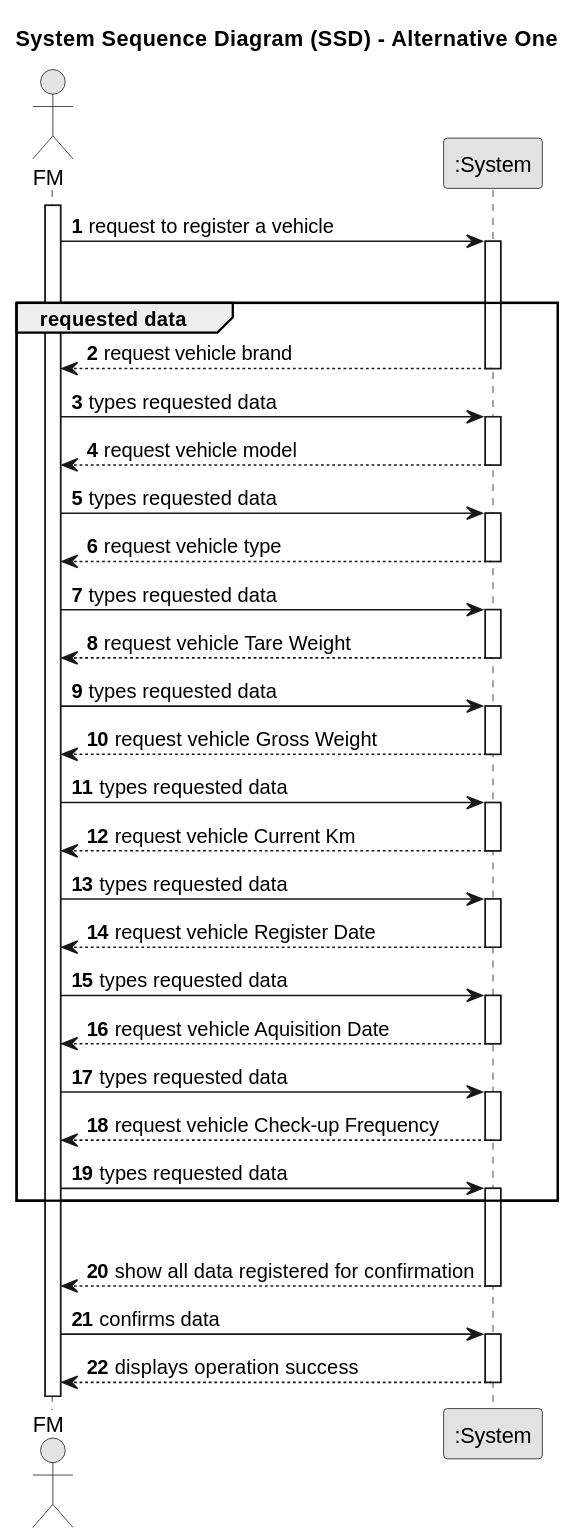
Above: docs/sprintB/us006/01.requirements-engineering/svg/us006-system-sequence-diagram-alternative-one.svg in SAEmanuel/Green_Spaces_Management_ISEP (PlantUML), before the change.
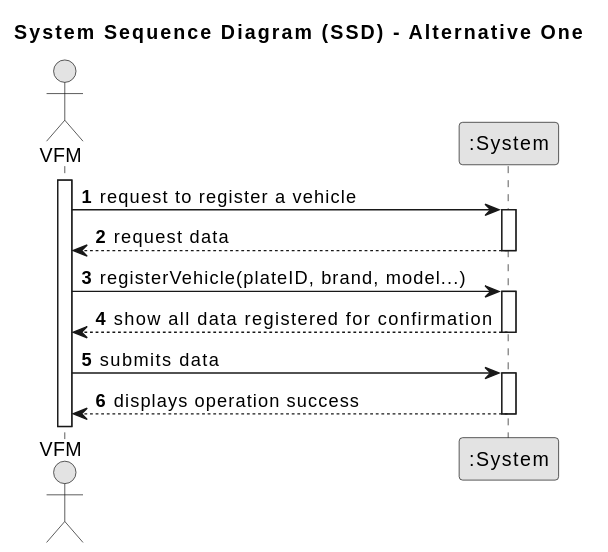
Later version of the same file.

Change to the diagram source:
```diff
@@ -7,7 +7,7 @@
 
 autonumber
 
-actor "FM" as Employee
+actor "VFM" as Employee
 participant ":System" as System
 
 activate Employee
@@ -15,70 +15,16 @@
     Employee -> System : request to register a vehicle
     activate System
 
-    |||
-    group requested data
-    System --> Employee : request vehicle brand
+        System --> Employee : request data
+            deactivate System
+
+    Employee -> System : registerVehicle(plateID, brand, model...)
+    activate System
+
+    System --> Employee : show all data registered  for confirmation
     deactivate System
 
-    Employee -> System : types requested data
-    activate System
-
-    System --> Employee : request vehicle model
-    deactivate System
-
-    Employee -> System : types requested data
-    activate System
-
-    System --> Employee : request vehicle type
-    deactivate System
-
-    Employee -> System : types requested data
-    activate System
-
-    System --> Employee : request vehicle Tare Weight
-    deactivate System
-
-    Employee -> System : types requested data
-    activate System
-
-    System --> Employee : request vehicle Gross Weight
-    deactivate System
-
-    Employee -> System : types requested data
-    activate System
-
-    System --> Employee : request vehicle Current Km
-    deactivate System
-
-    Employee -> System : types requested data
-    activate System
-
-    System --> Employee : request vehicle Register Date
-    deactivate System
-
-    Employee -> System : types requested data
-    activate System
-
-    System --> Employee : request vehicle Aquisition Date
-    deactivate System
-
-    Employee -> System : types requested data
-    activate System
-
-    System --> Employee : request vehicle Check-up Frequency
-
-    deactivate System
-
-    Employee -> System : types requested data
-    activate System
-    end
-    |||
-
-
-        System --> Employee : show all data registered  for confirmation
-    deactivate System
-
-    Employee -> System : confirms data
+    Employee -> System : submits data
     activate System
 
         System --> Employee : displays operation success
```
